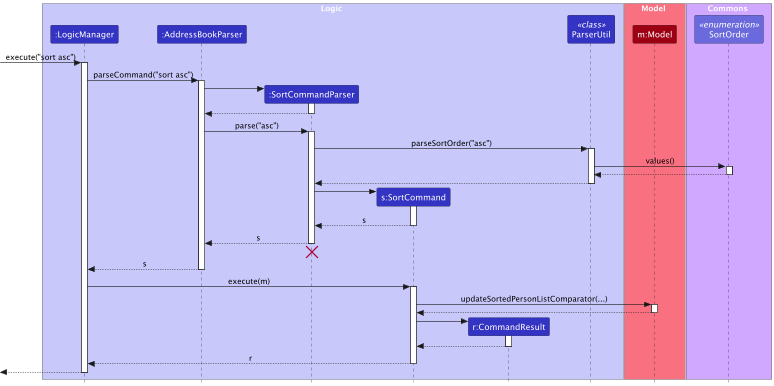
This is docs/images/SortSequenceDiagram.png from nus-cs2103-AY2425S1/tp, a PlantUML export, as it was before one commit. The source it was exported from:
```plantuml
@startuml
!include style.puml
skinparam ArrowFontStyle plain
skinparam style strictuml

box Logic LOGIC_COLOR_T1
participant ":LogicManager" as LogicManager LOGIC_COLOR
participant ":AddressBookParser" as AddressBookParser LOGIC_COLOR
participant ":SortCommandParser" as SortCommandParser LOGIC_COLOR
participant "s:SortCommand" as SortCommand LOGIC_COLOR
participant "r:CommandResult" as CommandResult LOGIC_COLOR
participant "//<<class>>//\nParserUtil" as ParserUtil LOGIC_COLOR
end box

box Model MODEL_COLOR_T1
participant "m:Model" as Model MODEL_COLOR
end box

box Commons COMMON_COLOR_T1
participant "//<<enumeration>>//\nSortOrder" as SortOrder LOGIC_COLOR_T2
end box

[-> LogicManager : execute("sort asc")
activate LogicManager

LogicManager -> AddressBookParser : parseCommand("sort asc")
activate AddressBookParser

create SortCommandParser
AddressBookParser -> SortCommandParser
activate SortCommandParser

SortCommandParser --> AddressBookParser
deactivate SortCommandParser

AddressBookParser -> SortCommandParser : parse("asc")
activate SortCommandParser


SortCommandParser -> ParserUtil : parseSortOrder("asc")
activate ParserUtil

ParserUtil -> SortOrder  : values()
activate SortOrder
SortOrder --> ParserUtil
deactivate SortOrder

ParserUtil --> SortCommandParser
deactivate ParserUtil

create SortCommand
SortCommandParser -> SortCommand
activate SortCommand

SortCommand --> SortCommandParser : s
deactivate SortCommand

SortCommandParser --> AddressBookParser : s
deactivate SortCommandParser
SortCommandParser -[hidden]-> AddressBookParser
destroy SortCommandParser

AddressBookParser --> LogicManager : s
deactivate AddressBookParser

LogicManager -> SortCommand : execute(m)
activate SortCommand

SortCommand -> Model : updateSortedPersonListComparator(...)
activate Model
Model --> SortCommand
deactivate Model

create CommandResult
SortCommand -> CommandResult
activate CommandResult

CommandResult --> SortCommand
deactivate CommandResult

SortCommand --> LogicManager : r
deactivate SortCommand

[<--LogicManager
deactivate LogicManager
@enduml
```
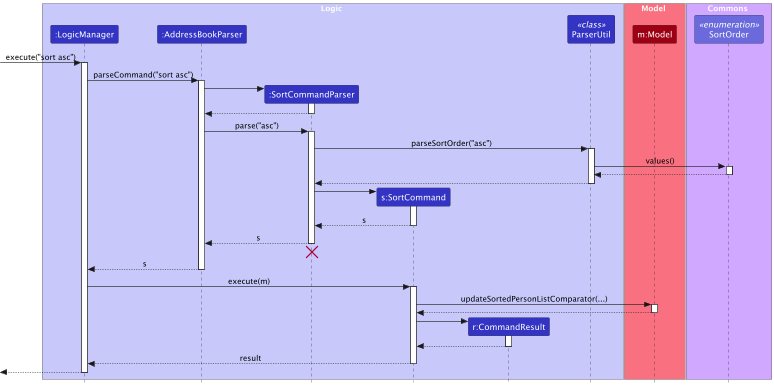
After the change.

Commit message:
Edits to sequence diagrams

Change to the diagram source:
```diff
@@ -78,7 +78,7 @@
 CommandResult --> SortCommand
 deactivate CommandResult
 
-SortCommand --> LogicManager : r
+SortCommand --> LogicManager : result
 deactivate SortCommand
 
 [<--LogicManager
```
